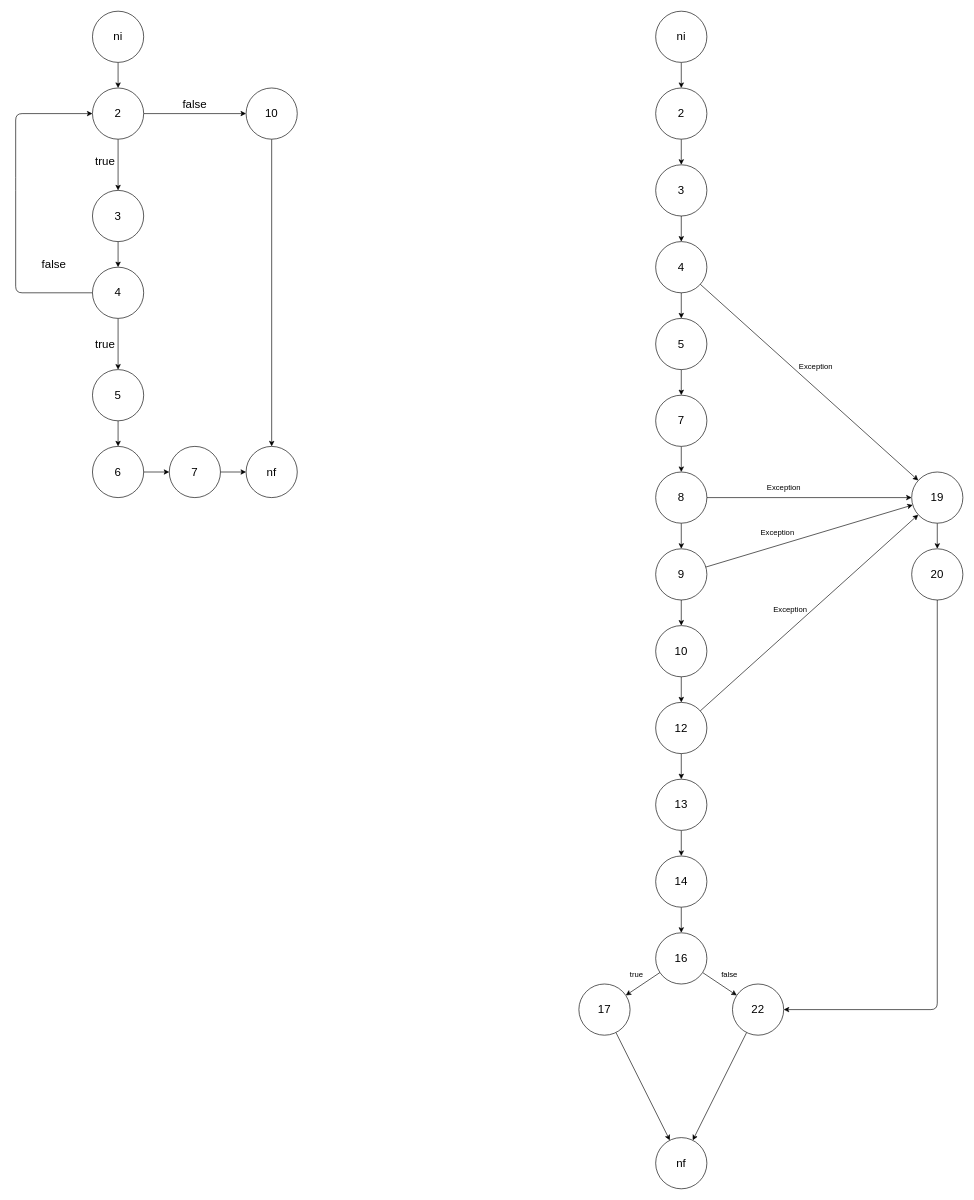
Earlier version of the draw.io diagram grafi_dei_flussi_di_controllo/grafo_del_flusso_di_controllo.drawio (CristianCarrella/Ratatouille23). Source tidied: cells renumbered, new cells numbered last; positions are measured from the earlier drawing's top-left corner, leaving out a move shared by most shapes. Both pictures are drawn from the tidied source at 64%, with x=0, y=0 at pixel (15, 11).
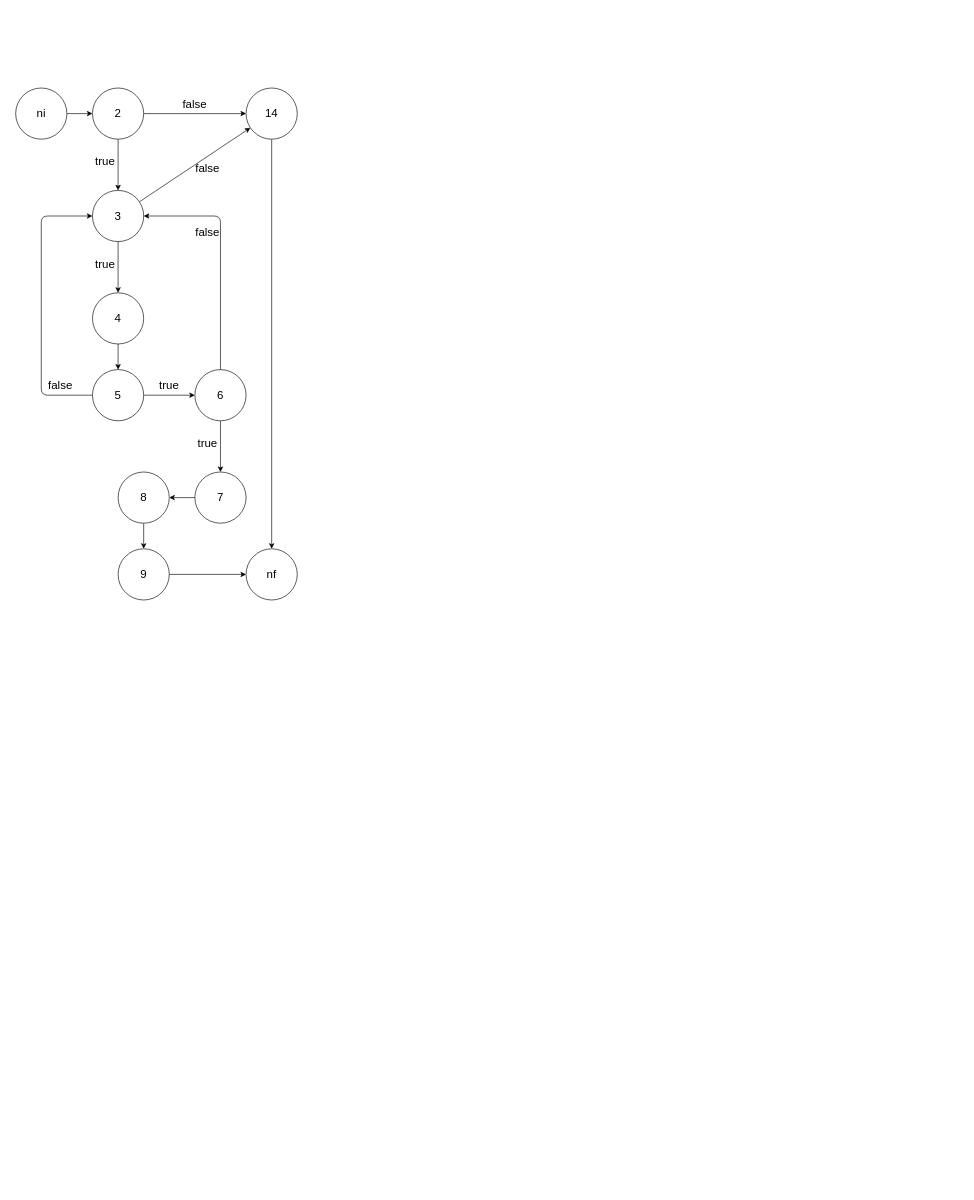
The same diagram, later.

Unchanged cells that the change refers to:
```xml
<mxCell id="7" value="&lt;span style=&quot;font-size: 18px;&quot;&gt;2&lt;/span&gt;" style="ellipse;whiteSpace=wrap;html=1;" parent="1" vertex="1">
  <mxGeometry x="120" y="120" width="80" height="80" as="geometry" />
</mxCell>
<mxCell id="9" value="&lt;span style=&quot;font-size: 18px;&quot;&gt;3&lt;/span&gt;" style="ellipse;whiteSpace=wrap;html=1;" parent="1" vertex="1">
  <mxGeometry x="120" y="280" width="80" height="80" as="geometry" />
</mxCell>
<mxCell id="19" value="&lt;span style=&quot;font-size: 18px;&quot;&gt;5&lt;/span&gt;" style="ellipse;whiteSpace=wrap;html=1;" parent="1" vertex="1">
  <mxGeometry x="120" y="560" width="80" height="80" as="geometry" />
</mxCell>
```

What changed in the source:
```diff
@@
     <mxCell id="3" value="&lt;font style=&quot;font-size: 18px;&quot;&gt;ni&lt;/font&gt;" style="ellipse;whiteSpace=wrap;html=1;" parent="1" vertex="1">
-      <mxGeometry x="120" width="80" height="80" as="geometry" />
+      <mxGeometry y="120" width="80" height="80" as="geometry" />
     </mxCell>
     <mxCell id="4" value="&lt;font style=&quot;font-size: 18px;&quot;&gt;nf&lt;/font&gt;" style="ellipse;whiteSpace=wrap;html=1;" parent="1" vertex="1">
-      <mxGeometry x="360" y="680" width="80" height="80" as="geometry" />
+      <mxGeometry x="360" y="840" width="80" height="80" as="geometry" />
     </mxCell>
@@
-    <mxCell id="10" style="edgeStyle=none;html=1;" parent="1" edge="1" source="11" target="14">
-      <mxGeometry relative="1" as="geometry" />
-    </mxCell>
-    <mxCell id="11" value="&lt;font style=&quot;font-size: 18px;&quot;&gt;3&lt;/font&gt;" style="ellipse;whiteSpace=wrap;html=1;" parent="1" vertex="1">
-      <mxGeometry x="1000" y="240" width="80" height="80" as="geometry" />
-    </mxCell>
-    <mxCell id="12" style="edgeStyle=none;html=1;" parent="1" edge="1" source="14" target="25">
-      <mxGeometry relative="1" as="geometry" />
-    </mxCell>
-    <mxCell id="13" style="edgeStyle=none;html=1;" parent="1" edge="1" source="14" target="60">
-      <mxGeometry relative="1" as="geometry" />
-    </mxCell>
-    <mxCell id="14" value="&lt;font style=&quot;font-size: 18px;&quot;&gt;4&lt;/font&gt;" style="ellipse;whiteSpace=wrap;html=1;" parent="1" vertex="1">
-      <mxGeometry x="1000" y="360" width="80" height="80" as="geometry" />
-    </mxCell>
@@
-    <mxCell id="16" style="edgeStyle=none;html=1;fontSize=18;" parent="1" edge="1" source="17" target="7">
-      <mxGeometry relative="1" as="geometry">
-        <Array as="points">
-          <mxPoint y="440" />
-          <mxPoint y="270" />
-          <mxPoint y="160" />
-        </Array>
-      </mxGeometry>
-    </mxCell>
     <mxCell id="17" value="&lt;span style=&quot;font-size: 18px;&quot;&gt;4&lt;/span&gt;" style="ellipse;whiteSpace=wrap;html=1;" parent="1" vertex="1">
-      <mxGeometry x="120" y="400" width="80" height="80" as="geometry" />
+      <mxGeometry x="120" y="440" width="80" height="80" as="geometry" />
     </mxCell>
@@
-    <mxCell id="20" style="edgeStyle=none;html=1;" parent="1" edge="1" source="21" target="29">
-      <mxGeometry relative="1" as="geometry" />
-    </mxCell>
-    <mxCell id="21" value="&lt;font style=&quot;font-size: 18px;&quot;&gt;ni&lt;/font&gt;" style="ellipse;whiteSpace=wrap;html=1;" parent="1" vertex="1">
-      <mxGeometry x="1000" width="80" height="80" as="geometry" />
-    </mxCell>
@@
     <mxCell id="23" value="&lt;span style=&quot;font-size: 18px;&quot;&gt;6&lt;/span&gt;" style="ellipse;whiteSpace=wrap;html=1;" parent="1" vertex="1">
-      <mxGeometry x="120" y="680" width="80" height="80" as="geometry" />
+      <mxGeometry x="280" y="560" width="80" height="80" as="geometry" />
     </mxCell>
-    <mxCell id="24" style="edgeStyle=none;html=1;" parent="1" edge="1" source="25" target="27">
-      <mxGeometry relative="1" as="geometry" />
-    </mxCell>
-    <mxCell id="25" value="&lt;font style=&quot;font-size: 18px;&quot;&gt;5&lt;/font&gt;" style="ellipse;whiteSpace=wrap;html=1;" parent="1" vertex="1">
-      <mxGeometry x="1000" y="480" width="80" height="80" as="geometry" />
-    </mxCell>
-    <mxCell id="26" style="edgeStyle=none;html=1;" parent="1" edge="1" source="27" target="44">
-      <mxGeometry relative="1" as="geometry" />
-    </mxCell>
-    <mxCell id="27" value="&lt;font style=&quot;font-size: 18px;&quot;&gt;7&lt;/font&gt;" style="ellipse;whiteSpace=wrap;html=1;" parent="1" vertex="1">
-      <mxGeometry x="1000" y="600" width="80" height="80" as="geometry" />
-    </mxCell>
-    <mxCell id="28" style="edgeStyle=none;html=1;" parent="1" edge="1" source="29" target="11">
-      <mxGeometry relative="1" as="geometry" />
-    </mxCell>
-    <mxCell id="29" value="&lt;font style=&quot;font-size: 18px;&quot;&gt;2&lt;/font&gt;" style="ellipse;whiteSpace=wrap;html=1;" parent="1" vertex="1">
-      <mxGeometry x="1000" y="120" width="80" height="80" as="geometry" />
-    </mxCell>
-    <mxCell id="30" style="edgeStyle=none;html=1;" parent="1" edge="1" source="31" target="34">
-      <mxGeometry relative="1" as="geometry" />
-    </mxCell>
-    <mxCell id="31" value="&lt;font style=&quot;font-size: 18px;&quot;&gt;10&lt;/font&gt;" style="ellipse;whiteSpace=wrap;html=1;" parent="1" vertex="1">
-      <mxGeometry x="1000" y="960" width="80" height="80" as="geometry" />
-    </mxCell>
-    <mxCell id="32" style="edgeStyle=none;html=1;" parent="1" edge="1" source="34" target="36">
-      <mxGeometry relative="1" as="geometry" />
-    </mxCell>
-    <mxCell id="33" style="edgeStyle=none;html=1;" parent="1" edge="1" source="34" target="60">
-      <mxGeometry relative="1" as="geometry" />
-    </mxCell>
-    <mxCell id="34" value="&lt;font style=&quot;font-size: 18px;&quot;&gt;12&lt;/font&gt;" style="ellipse;whiteSpace=wrap;html=1;" parent="1" vertex="1">
-      <mxGeometry x="1000" y="1080" width="80" height="80" as="geometry" />
-    </mxCell>
-    <mxCell id="35" style="edgeStyle=none;html=1;" parent="1" edge="1" source="36" target="38">
-      <mxGeometry relative="1" as="geometry" />
-    </mxCell>
-    <mxCell id="36" value="&lt;font style=&quot;font-size: 18px;&quot;&gt;13&lt;/font&gt;" style="ellipse;whiteSpace=wrap;html=1;" parent="1" vertex="1">
-      <mxGeometry x="1000" y="1200" width="80" height="80" as="geometry" />
-    </mxCell>
-    <mxCell id="37" style="edgeStyle=none;html=1;" parent="1" edge="1" source="38" target="51">
-      <mxGeometry relative="1" as="geometry" />
-    </mxCell>
-    <mxCell id="38" value="&lt;font style=&quot;font-size: 18px;&quot;&gt;14&lt;/font&gt;" style="ellipse;whiteSpace=wrap;html=1;" parent="1" vertex="1">
-      <mxGeometry x="1000" y="1320" width="80" height="80" as="geometry" />
-    </mxCell>
-    <mxCell id="39" style="edgeStyle=none;html=1;" parent="1" edge="1" source="41" target="31">
-      <mxGeometry relative="1" as="geometry" />
-    </mxCell>
-    <mxCell id="40" style="edgeStyle=none;html=1;" parent="1" edge="1" source="41" target="60">
-      <mxGeometry relative="1" as="geometry" />
-    </mxCell>
-    <mxCell id="41" value="&lt;font style=&quot;font-size: 18px;&quot;&gt;9&lt;/font&gt;" style="ellipse;whiteSpace=wrap;html=1;" parent="1" vertex="1">
-      <mxGeometry x="1000" y="840" width="80" height="80" as="geometry" />
-    </mxCell>
-    <mxCell id="42" style="edgeStyle=none;html=1;" parent="1" edge="1" source="44" target="41">
-      <mxGeometry relative="1" as="geometry" />
-    </mxCell>
-    <mxCell id="43" style="edgeStyle=none;html=1;" parent="1" edge="1" source="44" target="60">
-      <mxGeometry relative="1" as="geometry" />
-    </mxCell>
-    <mxCell id="44" value="&lt;font style=&quot;font-size: 18px;&quot;&gt;8&lt;/font&gt;" style="ellipse;whiteSpace=wrap;html=1;" parent="1" vertex="1">
-      <mxGeometry x="1000" y="720" width="80" height="80" as="geometry" />
-    </mxCell>
-    <mxCell id="45" style="edgeStyle=none;html=1;" parent="1" edge="1" source="46" target="64">
-      <mxGeometry relative="1" as="geometry" />
-    </mxCell>
-    <mxCell id="46" value="&lt;font style=&quot;font-size: 18px;&quot;&gt;17&lt;/font&gt;" style="ellipse;whiteSpace=wrap;html=1;" parent="1" vertex="1">
-      <mxGeometry x="880" y="1520" width="80" height="80" as="geometry" />
-    </mxCell>
@@
     <mxCell id="48" value="false" style="text;html=1;strokeColor=none;fillColor=none;align=center;verticalAlign=middle;whiteSpace=wrap;rounded=0;fontSize=18;" parent="1" vertex="1">
-      <mxGeometry x="30" y="380" width="60" height="30" as="geometry" />
+      <mxGeometry x="40" y="570" width="60" height="30" as="geometry" />
     </mxCell>
-    <mxCell id="49" value="true" style="text;html=1;strokeColor=none;fillColor=none;align=center;verticalAlign=middle;whiteSpace=wrap;rounded=0;fontSize=18;" parent="1" vertex="1">
-      <mxGeometry x="110" y="505" width="60" height="30" as="geometry" />
-    </mxCell>
-    <mxCell id="50" style="edgeStyle=none;html=1;" parent="1" edge="1" source="51" target="58">
-      <mxGeometry relative="1" as="geometry" />
-    </mxCell>
-    <mxCell id="51" value="&lt;font style=&quot;font-size: 18px;&quot;&gt;16&lt;/font&gt;" style="ellipse;whiteSpace=wrap;html=1;" parent="1" vertex="1">
-      <mxGeometry x="1000" y="1440" width="80" height="80" as="geometry" />
-    </mxCell>
-    <mxCell id="52" value="true" style="text;html=1;align=center;verticalAlign=middle;strokeColor=none;fillColor=none;" parent="1" vertex="1">
-      <mxGeometry x="950" y="1490" width="40" height="30" as="geometry" />
-    </mxCell>
-    <mxCell id="53" style="edgeStyle=none;html=1;" parent="1" edge="1" source="51" target="46">
-      <mxGeometry relative="1" as="geometry" />
-    </mxCell>
-    <mxCell id="54" style="edgeStyle=none;html=1;" parent="1" edge="1" source="58" target="64">
-      <mxGeometry relative="1" as="geometry" />
-    </mxCell>
-    <mxCell id="55" value="false" style="text;html=1;align=center;verticalAlign=middle;strokeColor=none;fillColor=none;" parent="1" vertex="1">
-      <mxGeometry x="1090" y="1490" width="50" height="30" as="geometry" />
-    </mxCell>
@@
-    <mxCell id="57" style="edgeStyle=none;html=1;" parent="1" edge="1" source="60" target="61">
-      <mxGeometry relative="1" as="geometry" />
-    </mxCell>
-    <mxCell id="58" value="&lt;font style=&quot;font-size: 18px;&quot;&gt;22&lt;/font&gt;" style="ellipse;whiteSpace=wrap;html=1;" parent="1" vertex="1">
-      <mxGeometry x="1120" y="1520" width="80" height="80" as="geometry" />
-    </mxCell>
-    <mxCell id="59" style="edgeStyle=none;html=1;" parent="1" edge="1" source="61" target="58">
-      <mxGeometry relative="1" as="geometry">
-        <Array as="points">
-          <mxPoint x="1440" y="1560" />
-        </Array>
-      </mxGeometry>
-    </mxCell>
-    <mxCell id="60" value="&lt;font style=&quot;font-size: 18px;&quot;&gt;19&lt;/font&gt;" style="ellipse;whiteSpace=wrap;html=1;" parent="1" vertex="1">
-      <mxGeometry x="1400" y="720" width="80" height="80" as="geometry" />
-    </mxCell>
-    <mxCell id="61" value="&lt;font style=&quot;font-size: 18px;&quot;&gt;20&lt;/font&gt;" style="ellipse;whiteSpace=wrap;html=1;" parent="1" vertex="1">
-      <mxGeometry x="1400" y="840" width="80" height="80" as="geometry" />
-    </mxCell>
-    <mxCell id="62" style="edgeStyle=none;html=1;fontSize=18;" parent="1" edge="1" source="63" target="4">
-      <mxGeometry relative="1" as="geometry" />
-    </mxCell>
+    <mxCell id="71" style="edgeStyle=orthogonalEdgeStyle;rounded=0;jettySize=auto;html=1;" parent="1" edge="1" source="63" target="44">
+      <mxGeometry relative="1" as="geometry" />
+    </mxCell>
     <mxCell id="63" value="&lt;span style=&quot;font-size: 18px;&quot;&gt;7&lt;/span&gt;" style="ellipse;whiteSpace=wrap;html=1;" parent="1" vertex="1">
-      <mxGeometry x="240" y="680" width="80" height="80" as="geometry" />
+      <mxGeometry x="280" y="720" width="80" height="80" as="geometry" />
     </mxCell>
-    <mxCell id="64" value="&lt;font style=&quot;font-size: 18px;&quot;&gt;nf&lt;/font&gt;" style="ellipse;whiteSpace=wrap;html=1;" parent="1" vertex="1">
-      <mxGeometry x="1000" y="1760" width="80" height="80" as="geometry" />
-    </mxCell>
@@
-    <mxCell id="66" value="&lt;span style=&quot;font-size: 18px;&quot;&gt;10&lt;/span&gt;" style="ellipse;whiteSpace=wrap;html=1;" parent="1" vertex="1">
+    <mxCell id="66" value="&lt;span style=&quot;font-size: 18px;&quot;&gt;14&lt;/span&gt;" style="ellipse;whiteSpace=wrap;html=1;" parent="1" vertex="1">
       <mxGeometry x="360" y="120" width="80" height="80" as="geometry" />
     </mxCell>
-    <mxCell id="67" value="Exception" style="text;html=1;align=center;verticalAlign=middle;strokeColor=none;fillColor=none;" parent="1" vertex="1">
-      <mxGeometry x="1210" y="540" width="80" height="30" as="geometry" />
-    </mxCell>
-    <mxCell id="68" value="Exception" style="text;html=1;align=center;verticalAlign=middle;strokeColor=none;fillColor=none;" parent="1" vertex="1">
-      <mxGeometry x="1160" y="730" width="80" height="30" as="geometry" />
-    </mxCell>
-    <mxCell id="69" value="Exception" style="text;html=1;align=center;verticalAlign=middle;strokeColor=none;fillColor=none;" parent="1" vertex="1">
-      <mxGeometry x="1150" y="800" width="80" height="30" as="geometry" />
-    </mxCell>
-    <mxCell id="70" value="Exception" style="text;html=1;align=center;verticalAlign=middle;strokeColor=none;fillColor=none;" parent="1" vertex="1">
-      <mxGeometry x="1170" y="920" width="80" height="30" as="geometry" />
-    </mxCell>
+    <mxCell id="72" value="true" style="text;html=1;strokeColor=none;fillColor=none;align=center;verticalAlign=middle;whiteSpace=wrap;rounded=0;fontSize=18;" parent="1" vertex="1">
+      <mxGeometry x="110" y="380" width="60" height="30" as="geometry" />
+    </mxCell>
+    <mxCell id="73" value="true" style="text;html=1;strokeColor=none;fillColor=none;align=center;verticalAlign=middle;whiteSpace=wrap;rounded=0;fontSize=18;" parent="1" vertex="1">
+      <mxGeometry x="210" y="570" width="60" height="30" as="geometry" />
+    </mxCell>
+    <mxCell id="74" value="true" style="text;html=1;strokeColor=none;fillColor=none;align=center;verticalAlign=middle;whiteSpace=wrap;rounded=0;fontSize=18;" parent="1" vertex="1">
+      <mxGeometry x="270" y="660" width="60" height="30" as="geometry" />
+    </mxCell>
+    <mxCell id="42" style="edgeStyle=orthogonalEdgeStyle;rounded=0;jettySize=auto;html=1;" parent="1" edge="1" source="44" target="41">
+      <mxGeometry relative="1" as="geometry" />
+    </mxCell>
+    <mxCell id="44" value="&lt;span style=&quot;font-size: 18px;&quot;&gt;8&lt;/span&gt;" style="ellipse;whiteSpace=wrap;html=1;" parent="1" vertex="1">
+      <mxGeometry x="160" y="720" width="80" height="80" as="geometry" />
+    </mxCell>
+    <mxCell id="75" style="edgeStyle=orthogonalEdgeStyle;rounded=0;jettySize=auto;html=1;" parent="1" edge="1" source="41" target="4">
+      <mxGeometry relative="1" as="geometry" />
+    </mxCell>
+    <mxCell id="41" value="&lt;span style=&quot;font-size: 18px;&quot;&gt;9&lt;/span&gt;" style="ellipse;whiteSpace=wrap;html=1;" parent="1" vertex="1">
+      <mxGeometry x="160" y="840" width="80" height="80" as="geometry" />
+    </mxCell>
+    <mxCell id="76" style="endArrow=classic;html=1;rounded=0;" parent="1" edge="1" source="9" target="66">
+      <mxGeometry relative="1" as="geometry" />
+    </mxCell>
+    <mxCell id="77" style="endArrow=classic;html=1;rounded=1;" parent="1" edge="1" source="19" target="9">
+      <mxGeometry relative="1" as="geometry">
+        <Array as="points">
+          <mxPoint x="40" y="600" />
+          <mxPoint x="40" y="320" />
+        </Array>
+      </mxGeometry>
+    </mxCell>
+    <mxCell id="78" value="false" style="text;html=1;strokeColor=none;fillColor=none;align=center;verticalAlign=middle;whiteSpace=wrap;rounded=0;fontSize=18;" parent="1" vertex="1">
+      <mxGeometry x="270" y="330" width="60" height="30" as="geometry" />
+    </mxCell>
+    <mxCell id="79" value="false" style="text;html=1;strokeColor=none;fillColor=none;align=center;verticalAlign=middle;whiteSpace=wrap;rounded=0;fontSize=18;" parent="1" vertex="1">
+      <mxGeometry x="270" y="230" width="60" height="30" as="geometry" />
+    </mxCell>
+    <mxCell id="80" style="endArrow=classic;html=1;rounded=1;" parent="1" edge="1" source="23" target="9">
+      <mxGeometry relative="1" as="geometry">
+        <Array as="points">
+          <mxPoint x="320" y="320" />
+        </Array>
+      </mxGeometry>
+    </mxCell>
```
